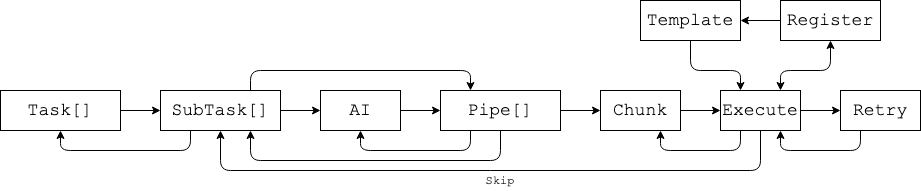
This is assets/flow.png from debeando/lightflow, a draw.io export, as it was before one commit. Source tidied: cells renumbered, new cells last; positions are measured from the earlier drawing's top-left corner, leaving out a move shared by most shapes.
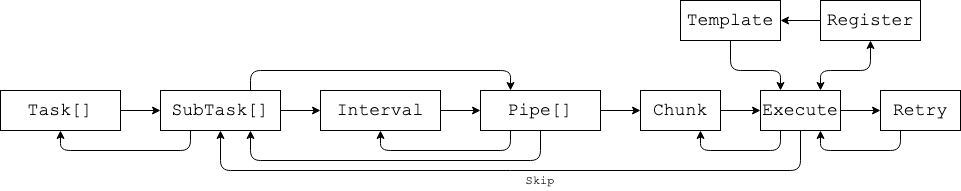
After the change.

What changed in the source:
```diff
@@ -3,10 +3,10 @@
     <mxCell id="0" />
     <mxCell id="1" parent="0" />
     <mxCell id="2" value="&lt;font style=&quot;font-size: 18px&quot; face=&quot;Courier New&quot;&gt;Task[]&lt;/font&gt;" style="rounded=0;whiteSpace=wrap;html=1;" parent="1" vertex="1">
-      <mxGeometry y="90" width="120" height="40" as="geometry" />
+      <mxGeometry x="-40" y="90" width="120" height="40" as="geometry" />
     </mxCell>
     <mxCell id="3" value="&lt;font style=&quot;font-size: 18px&quot; face=&quot;Courier New&quot;&gt;SubTask[]&lt;/font&gt;" style="rounded=0;whiteSpace=wrap;html=1;" parent="1" vertex="1">
-      <mxGeometry x="160" y="90" width="120" height="40" as="geometry" />
+      <mxGeometry x="120" y="90" width="120" height="40" as="geometry" />
     </mxCell>
     <mxCell id="4" style="endArrow=classic;html=1;exitX=1;exitY=0.5;exitDx=0;exitDy=0;entryX=0;entryY=0.5;entryDx=0;entryDy=0;" parent="1" edge="1" source="2" target="3">
       <mxGeometry relative="1" as="geometry" />
@@ -14,13 +14,13 @@
     <mxCell id="5" style="endArrow=classic;html=1;entryX=0.5;entryY=1;entryDx=0;entryDy=0;exitX=0.25;exitY=1;exitDx=0;exitDy=0;" parent="1" edge="1" source="3" target="2">
       <mxGeometry relative="1" as="geometry">
         <Array as="points">
-          <mxPoint x="190" y="150" />
-          <mxPoint x="60" y="150" />
+          <mxPoint x="150" y="150" />
+          <mxPoint x="20" y="150" />
         </Array>
       </mxGeometry>
     </mxCell>
-    <mxCell id="6" value="&lt;font style=&quot;font-size: 18px&quot; face=&quot;Courier New&quot;&gt;AI&lt;/font&gt;" style="rounded=0;whiteSpace=wrap;html=1;" parent="1" vertex="1">
-      <mxGeometry x="320" y="90" width="80" height="40" as="geometry" />
+    <mxCell id="6" value="&lt;font style=&quot;font-size: 18px&quot; face=&quot;Courier New&quot;&gt;Interval&lt;/font&gt;" style="rounded=0;whiteSpace=wrap;html=1;" parent="1" vertex="1">
+      <mxGeometry x="280" y="90" width="120" height="40" as="geometry" />
     </mxCell>
     <mxCell id="7" style="endArrow=classic;html=1;exitX=1;exitY=0.5;exitDx=0;exitDy=0;" parent="1" edge="1" source="3" target="6">
       <mxGeometry relative="1" as="geometry" />
@@ -34,7 +34,7 @@
     <mxCell id="10" style="endArrow=classic;html=1;entryX=0.25;entryY=0;entryDx=0;entryDy=0;exitX=0.75;exitY=0;exitDx=0;exitDy=0;" parent="1" edge="1" source="3" target="8">
       <mxGeometry relative="1" as="geometry">
         <Array as="points">
-          <mxPoint x="250" y="70" />
+          <mxPoint x="210" y="70" />
           <mxPoint x="470" y="70" />
         </Array>
       </mxGeometry>
@@ -43,7 +43,7 @@
       <mxGeometry relative="1" as="geometry">
         <Array as="points">
           <mxPoint x="470" y="150" />
-          <mxPoint x="360" y="150" />
+          <mxPoint x="340" y="150" />
         </Array>
       </mxGeometry>
     </mxCell>
@@ -51,7 +51,7 @@
       <mxGeometry relative="1" as="geometry">
         <Array as="points">
           <mxPoint x="500" y="160" />
-          <mxPoint x="250" y="160" />
+          <mxPoint x="210" y="160" />
         </Array>
       </mxGeometry>
     </mxCell>
@@ -71,7 +71,7 @@
       <mxGeometry relative="1" as="geometry">
         <Array as="points">
           <mxPoint x="760" y="170" />
-          <mxPoint x="220" y="170" />
+          <mxPoint x="180" y="170" />
         </Array>
       </mxGeometry>
     </mxCell>
```
